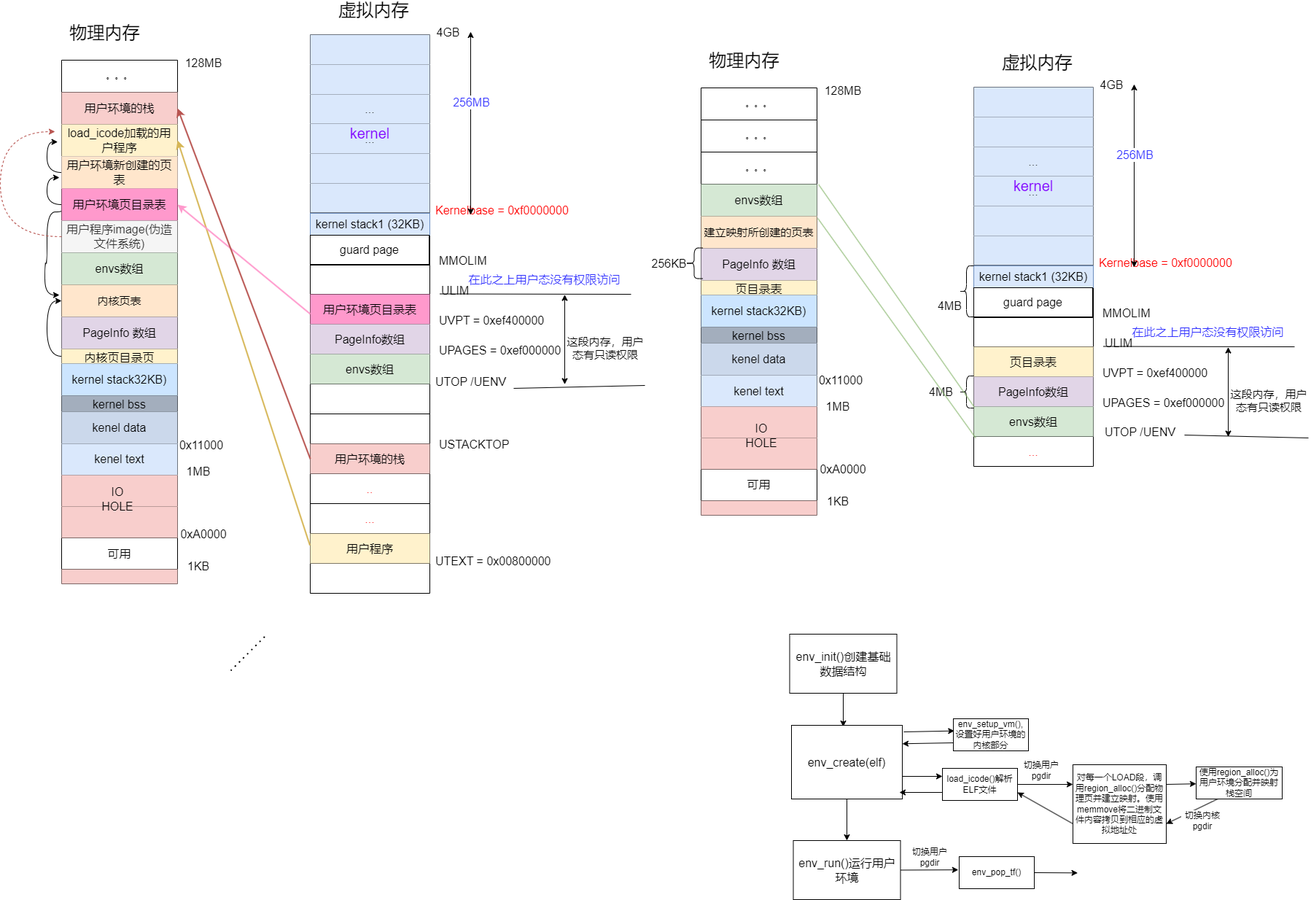
The draw.io diagram OS/mit6.828Lab3.drawio.png in SixPlusAndTimes/drawio, before a commit. Source tidied: cells renumbered, new cells last; positions are measured from the earlier drawing's top-left corner, leaving out a move shared by most shapes.
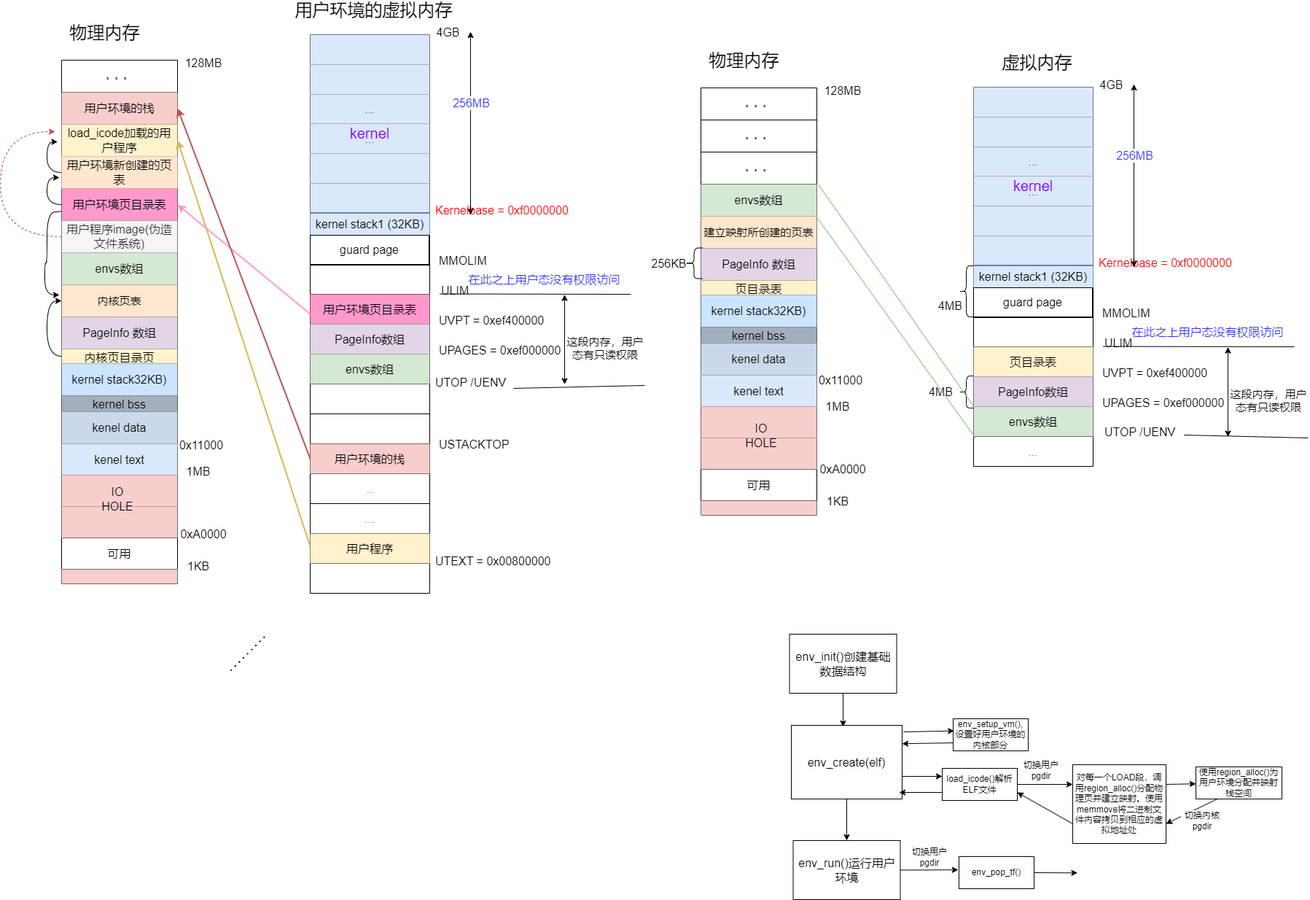
Above is the later version.

Change to the diagram source:
```diff
@@ -534,7 +534,7 @@
         </Array>
       </mxGeometry>
     </mxCell>
-    <mxCell id="163" value="&lt;font style=&quot;font-size: 24px;&quot;&gt;虚拟内存&lt;/font&gt;" style="text;html=1;strokeColor=none;fillColor=none;align=center;verticalAlign=middle;whiteSpace=wrap;rounded=0;fontSize=12;" parent="1" vertex="1">
+    <mxCell id="163" value="&lt;font style=&quot;font-size: 24px;&quot;&gt;用户环境的虚拟内存&lt;/font&gt;" style="text;html=1;strokeColor=none;fillColor=none;align=center;verticalAlign=middle;whiteSpace=wrap;rounded=0;fontSize=12;" parent="1" vertex="1">
       <mxGeometry x="402" width="221" height="28" as="geometry" />
     </mxCell>
     <mxCell id="164" style="shape=table;startSize=0;strokeColor=#000000;strokeWidth=1;fontSize=16;fontColor=#FF0000;fillColor=none;" parent="1" vertex="1">
```
